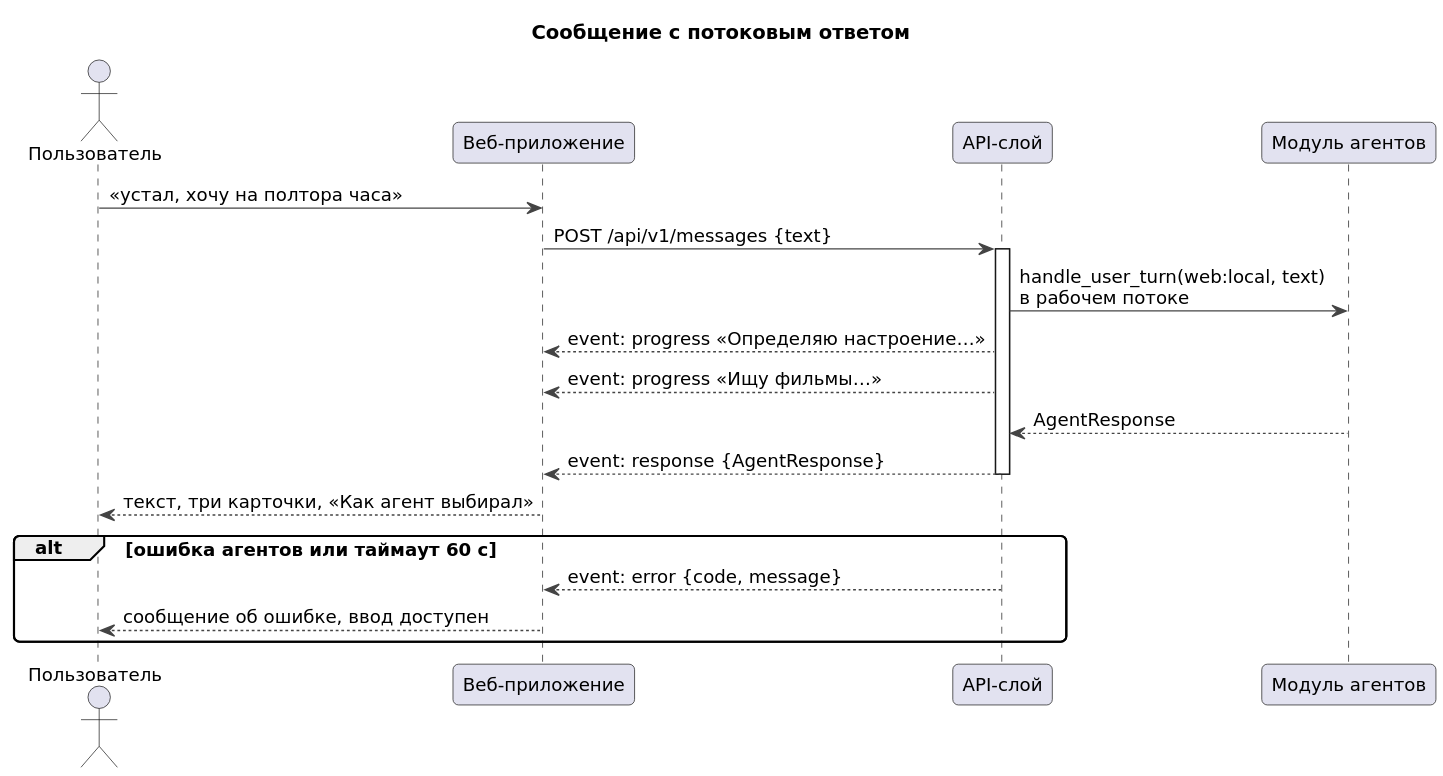
Above: documents/ui/diagrams/155-seq-message.svg in ryDIEv/CineMatch (PlantUML), before the change.
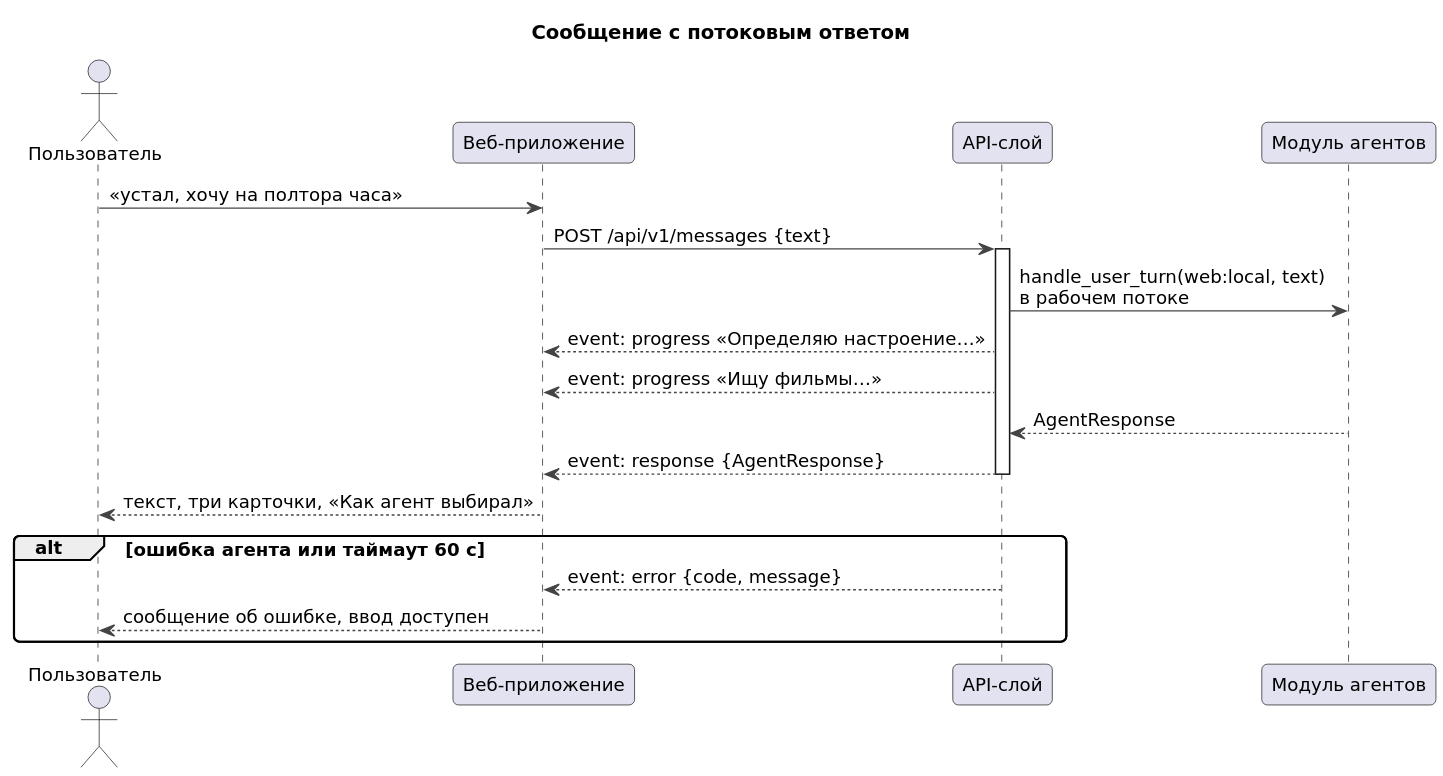
The same diagram one commit later.

Change to the diagram source:
```diff
@@ -15,7 +15,7 @@
 A --> W : event: response {AgentResponse}
 deactivate A
 W --> U : текст, три карточки, «Как агент выбирал»
-alt ошибка агентов или таймаут 60 с
+alt ошибка агента или таймаут 60 с
   A --> W : event: error {code, message}
   W --> U : сообщение об ошибке, ввод доступен
 end
```
